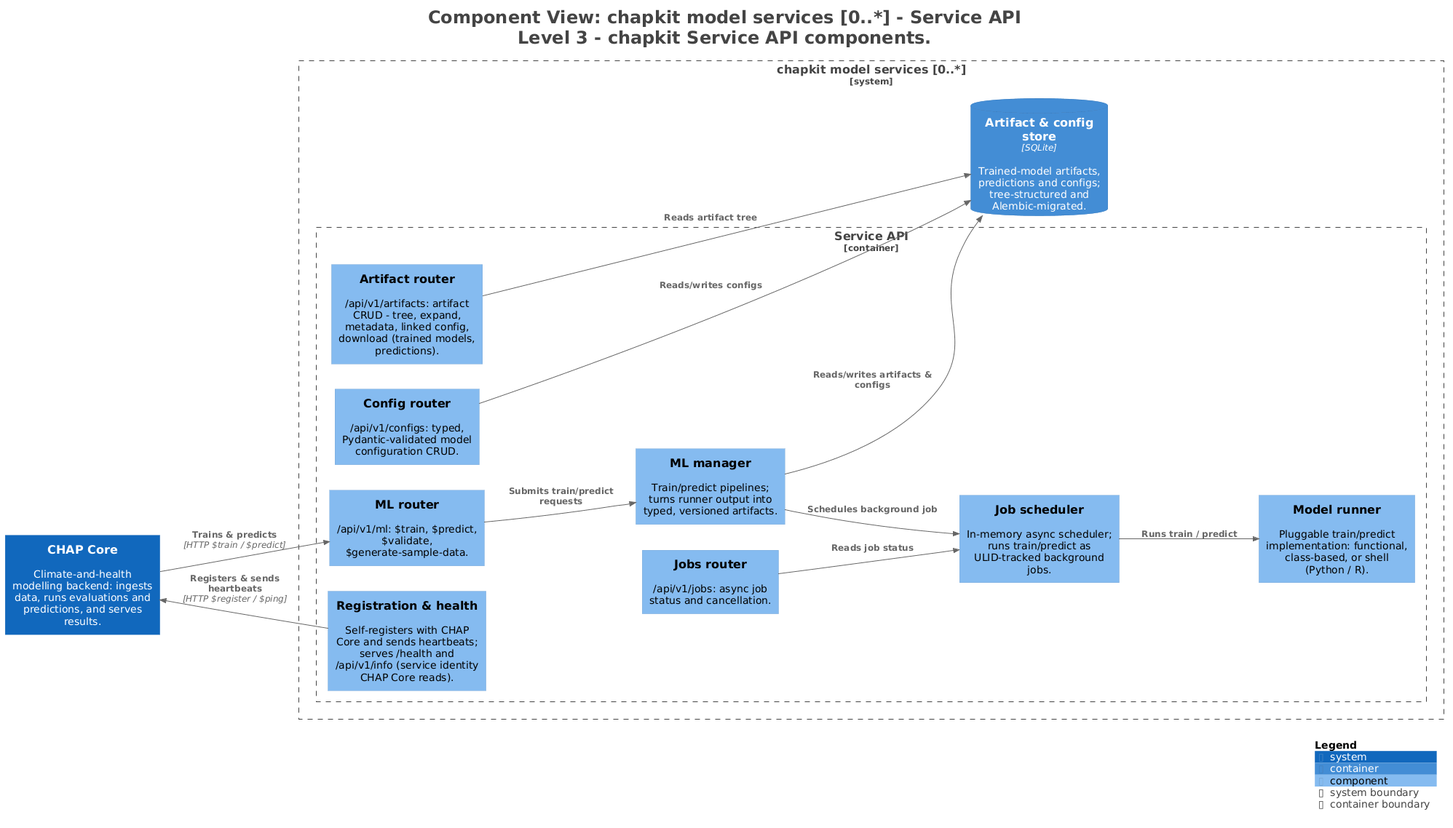
dhis2-chap/chap-core keeps this PlantUML diagram as architecture/diagrams/plantuml/L3_ChapkitService.png. Above is the earlier version.
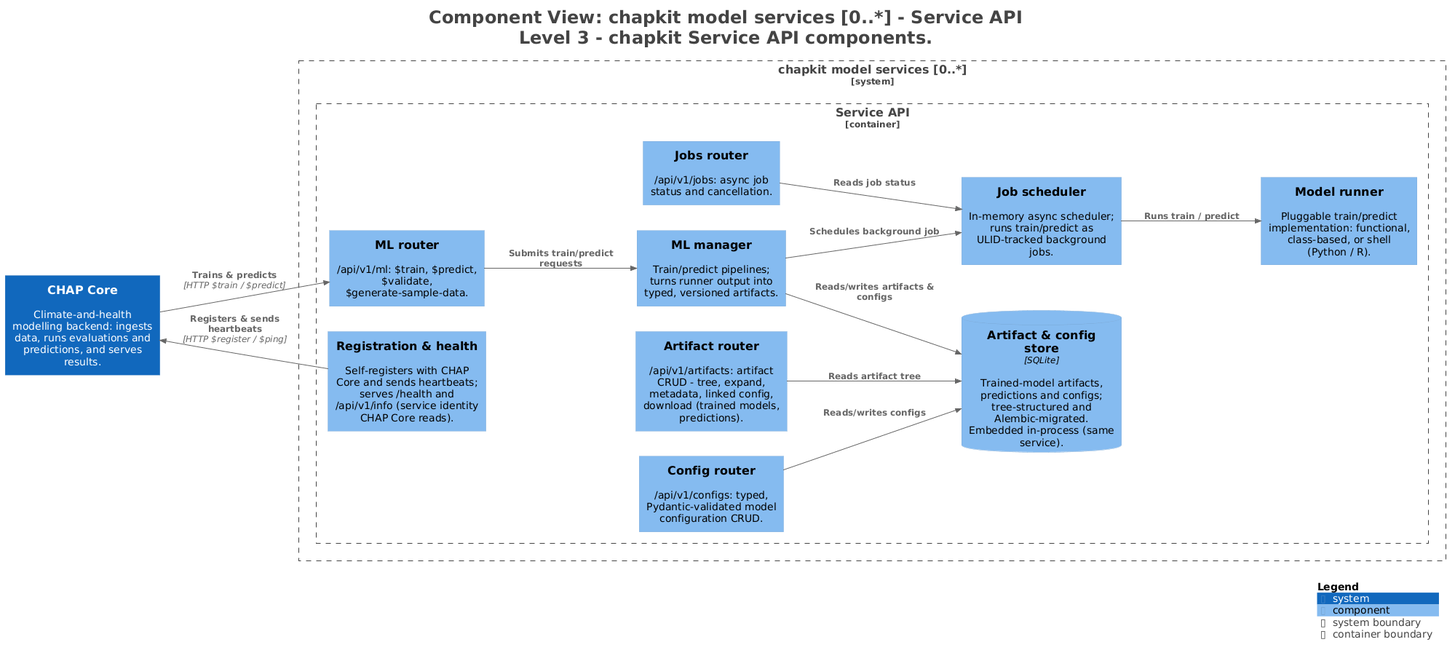
Later version of the same file.

Commit message:
chore(architecture): regenerate L2_Chapkit and L3_ChapkitService exports for nested SQLite store

The edit, as a diff of the source:
```diff
@@ -13,7 +13,6 @@
 
 !include <C4/C4>
 !include <C4/C4_Context>
-!include <C4/C4_Container>
 !include <C4/C4_Component>
 
 System(CHAPCore, "CHAP Core", $descr="Climate-and-health modelling backend: ingests data, runs evaluations and predictions, and serves results.", $tags="", $link="")
@@ -28,9 +27,9 @@
     Component(chapkitmodelservices0.ServiceAPI.MLmanager, "ML manager", $techn="", $descr="Train/predict pipelines; turns runner output into typed, versioned artifacts.", $tags="", $link="")
     Component(chapkitmodelservices0.ServiceAPI.Jobscheduler, "Job scheduler", $techn="", $descr="In-memory async scheduler; runs train/predict as ULID-tracked background jobs.", $tags="", $link="")
     Component(chapkitmodelservices0.ServiceAPI.Modelrunner, "Model runner", $techn="", $descr="Pluggable train/predict implementation: functional, class-based, or shell (Python / R).", $tags="", $link="")
+    ComponentDb(chapkitmodelservices0.ServiceAPI.Artifactconfigstore, "Artifact & config store", $techn="SQLite", $descr="Trained-model artifacts, predictions and configs; tree-structured and Alembic-migrated. Embedded in-process (same service).", $tags="", $link="")
   }
 
-  ContainerDb(chapkitmodelservices0.Artifactconfigstore, "Artifact & config store", $techn="SQLite", $descr="Trained-model artifacts, predictions and configs; tree-structured and Alembic-migrated.", $tags="", $link="")
 }
 
 Rel(CHAPCore, chapkitmodelservices0.ServiceAPI.MLrouter, "Trains & predicts", $techn="HTTP $train / $predict", $tags="", $link="")
@@ -38,9 +37,9 @@
 Rel(chapkitmodelservices0.ServiceAPI.MLrouter, chapkitmodelservices0.ServiceAPI.MLmanager, "Submits train/predict requests", $techn="", $tags="", $link="")
 Rel(chapkitmodelservices0.ServiceAPI.MLmanager, chapkitmodelservices0.ServiceAPI.Jobscheduler, "Schedules background job", $techn="", $tags="", $link="")
 Rel(chapkitmodelservices0.ServiceAPI.Jobscheduler, chapkitmodelservices0.ServiceAPI.Modelrunner, "Runs train / predict", $techn="", $tags="", $link="")
-Rel(chapkitmodelservices0.ServiceAPI.MLmanager, chapkitmodelservices0.Artifactconfigstore, "Reads/writes artifacts & configs", $techn="", $tags="", $link="")
-Rel(chapkitmodelservices0.ServiceAPI.Configrouter, chapkitmodelservices0.Artifactconfigstore, "Reads/writes configs", $techn="", $tags="", $link="")
-Rel(chapkitmodelservices0.ServiceAPI.Artifactrouter, chapkitmodelservices0.Artifactconfigstore, "Reads artifact tree", $techn="", $tags="", $link="")
+Rel(chapkitmodelservices0.ServiceAPI.MLmanager, chapkitmodelservices0.ServiceAPI.Artifactconfigstore, "Reads/writes artifacts & configs", $techn="", $tags="", $link="")
+Rel(chapkitmodelservices0.ServiceAPI.Configrouter, chapkitmodelservices0.ServiceAPI.Artifactconfigstore, "Reads/writes configs", $techn="", $tags="", $link="")
+Rel(chapkitmodelservices0.ServiceAPI.Artifactrouter, chapkitmodelservices0.ServiceAPI.Artifactconfigstore, "Reads artifact tree", $techn="", $tags="", $link="")
 Rel(chapkitmodelservices0.ServiceAPI.Jobsrouter, chapkitmodelservices0.ServiceAPI.Jobscheduler, "Reads job status", $techn="", $tags="", $link="")
 
 SHOW_LEGEND(true)
```
